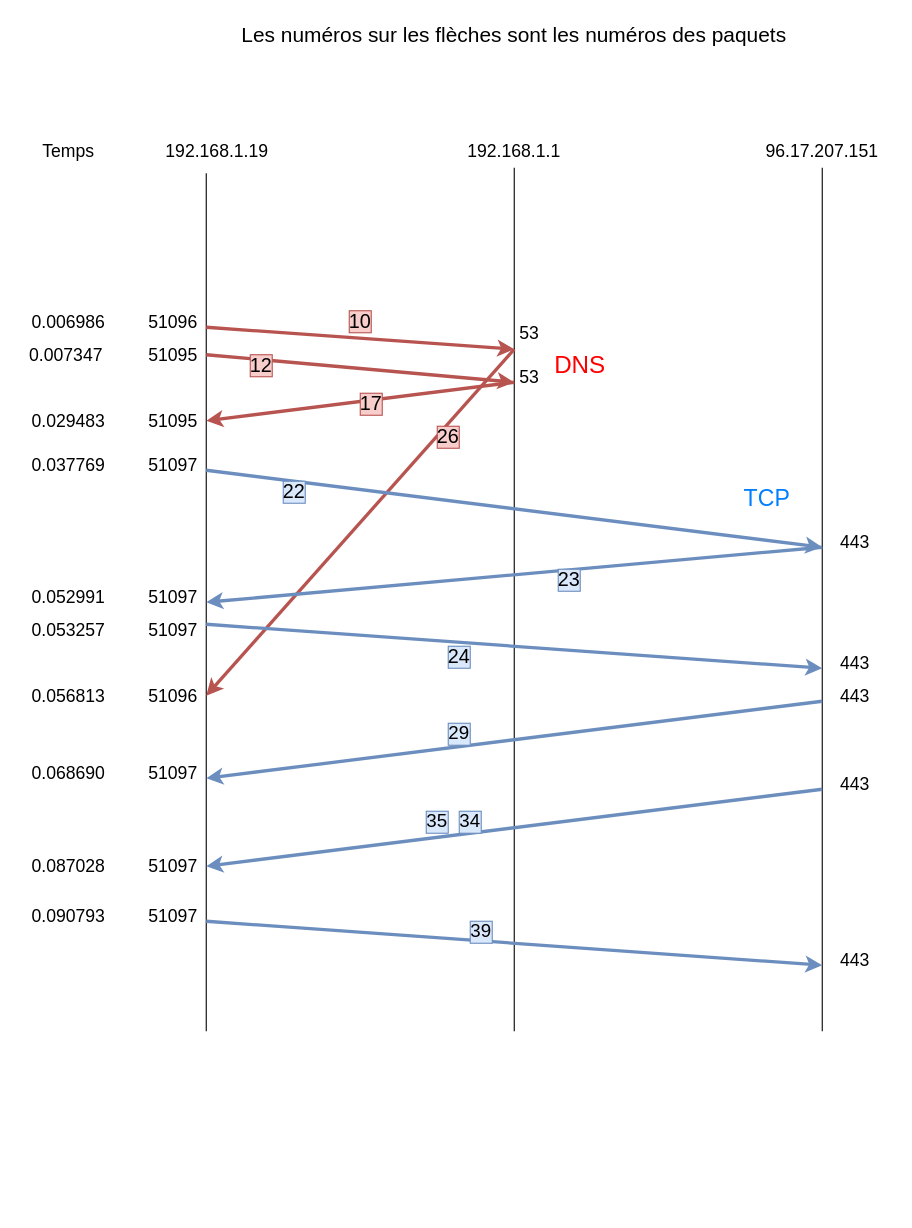
Earlier version of the draw.io diagram Diagramme res final.drawio (zensakkour/ICPC_1). Source tidied: cells renumbered, new cells numbered last; positions are measured from the earlier drawing's top-left corner, leaving out a move shared by most shapes. Both pictures are drawn from the tidied source at 110%, with x=0, y=0 at pixel (19, 19).
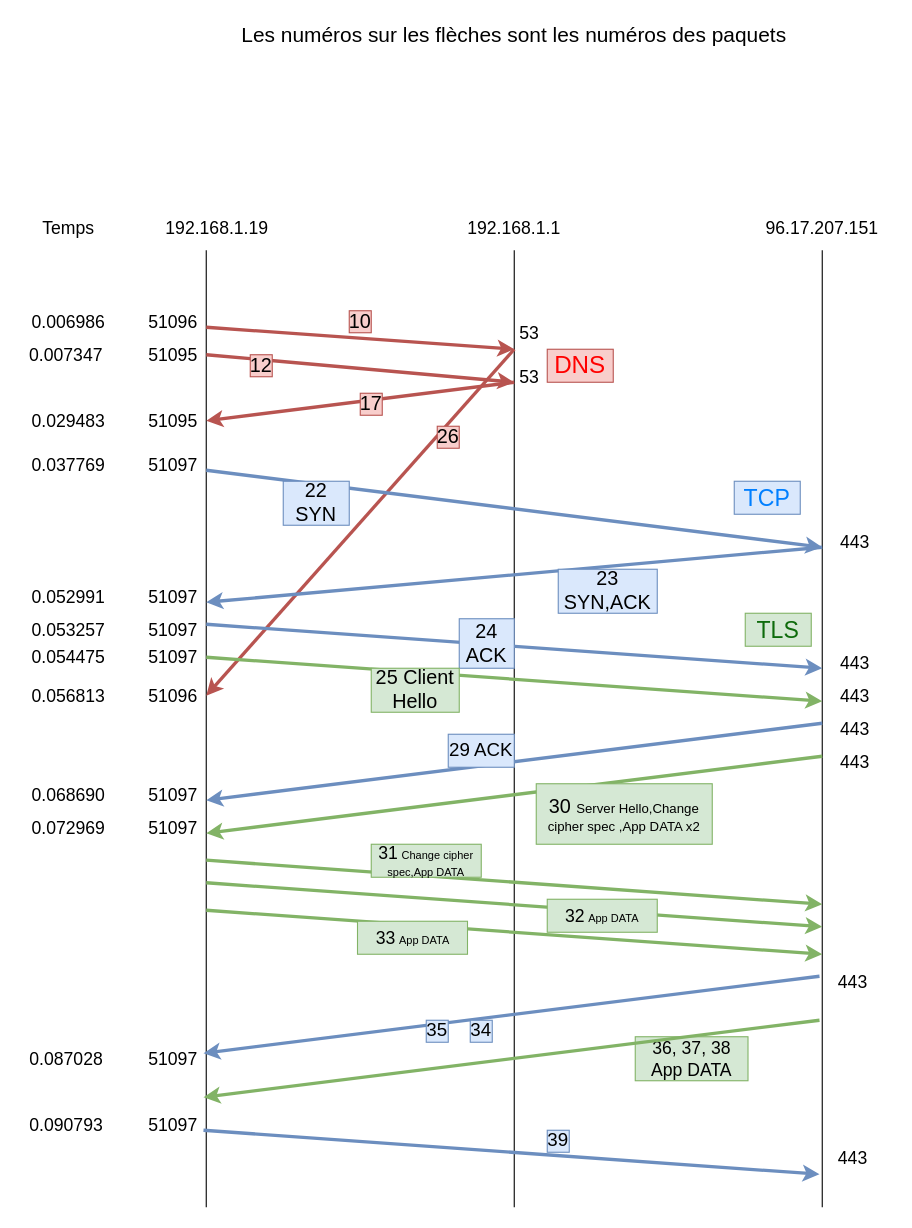
After the change.

Commit message:
Mettre à jour Diagramme res final.drawio

Diff of the diagram source:
```diff
@@
     <mxCell id="2" style="endArrow=none;html=1;rounded=0;" parent="1" edge="1">
       <mxGeometry relative="1" as="geometry">
-        <mxPoint x="170" y="920" as="sourcePoint" />
-        <mxPoint x="170" y="140" as="targetPoint" />
+        <mxPoint x="170" y="1080" as="sourcePoint" />
+        <mxPoint x="170" y="210" as="targetPoint" />
       </mxGeometry>
     </mxCell>
-    <mxCell id="3" style="endArrow=none;html=1;rounded=0;entryX=0.5;entryY=1;entryDx=0;entryDy=0;" parent="1" edge="1" target="7">
+    <mxCell id="3" style="endArrow=none;html=1;rounded=0;" parent="1" edge="1">
       <mxGeometry relative="1" as="geometry">
-        <mxPoint x="450" y="920" as="sourcePoint" />
+        <mxPoint x="450" y="1080" as="sourcePoint" />
+        <mxPoint x="450" y="210" as="targetPoint" />
       </mxGeometry>
     </mxCell>
-    <mxCell id="4" style="endArrow=none;html=1;rounded=0;entryX=0.5;entryY=1;entryDx=0;entryDy=0;" parent="1" edge="1" target="8">
+    <mxCell id="4" style="endArrow=none;html=1;rounded=0;" parent="1" edge="1">
       <mxGeometry relative="1" as="geometry">
-        <mxPoint x="730" y="920" as="sourcePoint" />
+        <mxPoint x="730" y="1080" as="sourcePoint" />
+        <mxPoint x="730" y="210" as="targetPoint" />
       </mxGeometry>
     </mxCell>
     <mxCell id="5" value="&lt;font style=&quot;font-size: 16px;&quot;&gt;Temps&lt;/font&gt;" style="text;strokeColor=none;align=center;fillColor=none;html=1;verticalAlign=middle;whiteSpace=wrap;rounded=0;strokeWidth=3;" parent="1" vertex="1">
-      <mxGeometry y="95" width="90" height="50" as="geometry" />
+      <mxGeometry y="165" width="90" height="50" as="geometry" />
     </mxCell>
     <mxCell id="6" value="&lt;font style=&quot;font-size: 16px;&quot;&gt;192.168.1.19&lt;/font&gt;" style="text;strokeColor=none;align=center;fillColor=none;html=1;verticalAlign=middle;whiteSpace=wrap;rounded=0;" parent="1" vertex="1">
-      <mxGeometry x="150" y="110" width="60" height="20" as="geometry" />
+      <mxGeometry x="150" y="180" width="60" height="20" as="geometry" />
     </mxCell>
     <mxCell id="7" value="&lt;font style=&quot;font-size: 16px;&quot;&gt;192.168.1.1&lt;/font&gt;" style="text;strokeColor=none;align=center;fillColor=none;html=1;verticalAlign=middle;whiteSpace=wrap;rounded=0;" parent="1" vertex="1">
-      <mxGeometry x="420" y="105" width="60" height="30" as="geometry" />
+      <mxGeometry x="420" y="175" width="60" height="30" as="geometry" />
     </mxCell>
     <mxCell id="8" value="&lt;font style=&quot;font-size: 16px;&quot;&gt;96.17.207.151&lt;/font&gt;" style="text;strokeColor=none;align=center;fillColor=none;html=1;verticalAlign=middle;whiteSpace=wrap;rounded=0;" parent="1" vertex="1">
-      <mxGeometry x="700" y="105" width="60" height="30" as="geometry" />
+      <mxGeometry x="700" y="175" width="60" height="30" as="geometry" />
     </mxCell>
@@
-    <mxCell id="34" value="&lt;font color=&quot;#ff0000&quot; style=&quot;font-size: 22px;&quot;&gt;DNS&lt;/font&gt;" style="text;strokeColor=none;align=center;fillColor=none;html=1;verticalAlign=middle;whiteSpace=wrap;rounded=0;" parent="1" vertex="1">
+    <mxCell id="34" value="&lt;font color=&quot;#ff0000&quot; style=&quot;font-size: 22px;&quot;&gt;DNS&lt;/font&gt;" style="text;strokeColor=#b85450;align=center;fillColor=#f8cecc;html=1;verticalAlign=middle;whiteSpace=wrap;rounded=0;" parent="1" vertex="1">
       <mxGeometry x="480" y="300" width="60" height="30" as="geometry" />
     </mxCell>
-    <mxCell id="35" value="&lt;font color=&quot;#007fff&quot; style=&quot;font-size: 21px;&quot;&gt;TCP&lt;/font&gt;" style="text;strokeColor=none;align=center;fillColor=none;html=1;verticalAlign=middle;whiteSpace=wrap;rounded=0;" parent="1" vertex="1">
+    <mxCell id="35" value="&lt;font color=&quot;#007fff&quot; style=&quot;font-size: 21px;&quot;&gt;TCP&lt;/font&gt;" style="text;strokeColor=#6c8ebf;align=center;fillColor=#dae8fc;html=1;verticalAlign=middle;whiteSpace=wrap;rounded=0;" parent="1" vertex="1">
       <mxGeometry x="650" y="420" width="60" height="30" as="geometry" />
     </mxCell>
@@
-    <mxCell id="40" value="&lt;font style=&quot;font-size: 18px;&quot;&gt;22&lt;/font&gt;" style="text;strokeColor=#6c8ebf;align=center;fillColor=#dae8fc;html=1;verticalAlign=middle;whiteSpace=wrap;rounded=0;" parent="1" vertex="1">
-      <mxGeometry x="240" y="420" width="20" height="20" as="geometry" />
+    <mxCell id="40" value="&lt;font style=&quot;font-size: 18px;&quot;&gt;22 SYN&lt;/font&gt;" style="text;strokeColor=#6c8ebf;align=center;fillColor=#dae8fc;html=1;verticalAlign=middle;whiteSpace=wrap;rounded=0;" parent="1" vertex="1">
+      <mxGeometry x="240" y="420" width="60" height="40" as="geometry" />
     </mxCell>
-    <mxCell id="41" value="&lt;font style=&quot;font-size: 18px;&quot;&gt;23&lt;/font&gt;" style="text;strokeColor=#6c8ebf;align=center;fillColor=#dae8fc;html=1;verticalAlign=middle;whiteSpace=wrap;rounded=0;" parent="1" vertex="1">
-      <mxGeometry x="490" y="500" width="20" height="20" as="geometry" />
+    <mxCell id="41" value="&lt;font style=&quot;font-size: 18px;&quot;&gt;23 SYN,ACK&lt;/font&gt;" style="text;strokeColor=#6c8ebf;align=center;fillColor=#dae8fc;html=1;verticalAlign=middle;whiteSpace=wrap;rounded=0;" parent="1" vertex="1">
+      <mxGeometry x="490" y="500" width="90" height="40" as="geometry" />
     </mxCell>
-    <mxCell id="42" value="&lt;font style=&quot;font-size: 18px;&quot;&gt;24&lt;/font&gt;" style="text;strokeColor=#6c8ebf;align=center;fillColor=#dae8fc;html=1;verticalAlign=middle;whiteSpace=wrap;rounded=0;" parent="1" vertex="1">
-      <mxGeometry x="390" y="570" width="20" height="20" as="geometry" />
+    <mxCell id="42" value="&lt;font style=&quot;font-size: 18px;&quot;&gt;24 ACK&lt;/font&gt;" style="text;strokeColor=#6c8ebf;align=center;fillColor=#dae8fc;html=1;verticalAlign=middle;whiteSpace=wrap;rounded=0;" parent="1" vertex="1">
+      <mxGeometry x="400" y="545" width="50" height="45" as="geometry" />
     </mxCell>
@@
     <mxCell id="44" style="endArrow=classic;html=1;rounded=0;fillColor=#dae8fc;strokeColor=#6c8ebf;strokeWidth=3;" parent="1" edge="1">
       <mxGeometry relative="1" as="geometry">
-        <mxPoint x="730" y="620" as="sourcePoint" />
-        <mxPoint x="170" y="690" as="targetPoint" />
+        <mxPoint x="730" y="640" as="sourcePoint" />
+        <mxPoint x="170" y="710" as="targetPoint" />
       </mxGeometry>
     </mxCell>
     <mxCell id="45" value="&lt;font style=&quot;font-size: 16px;&quot;&gt;0.068690&lt;/font&gt;" style="text;strokeColor=none;align=center;fillColor=none;html=1;verticalAlign=middle;whiteSpace=wrap;rounded=0;" parent="1" vertex="1">
-      <mxGeometry x="15" y="670" width="60" height="30" as="geometry" />
+      <mxGeometry x="15" y="690" width="60" height="30" as="geometry" />
     </mxCell>
     <mxCell id="46" value="&lt;font style=&quot;font-size: 16px;&quot;&gt;443&lt;/font&gt;" style="text;strokeColor=none;align=center;fillColor=none;html=1;verticalAlign=middle;whiteSpace=wrap;rounded=0;" parent="1" vertex="1">
-      <mxGeometry x="730" y="600" width="60" height="30" as="geometry" />
+      <mxGeometry x="730" y="630" width="60" height="30" as="geometry" />
     </mxCell>
     <mxCell id="47" value="&lt;font style=&quot;font-size: 16px;&quot;&gt;51097&lt;/font&gt;" style="text;strokeColor=none;align=center;fillColor=none;html=1;verticalAlign=middle;whiteSpace=wrap;rounded=0;" parent="1" vertex="1">
-      <mxGeometry x="110" y="670" width="60" height="30" as="geometry" />
+      <mxGeometry x="110" y="690" width="60" height="30" as="geometry" />
     </mxCell>
-    <mxCell id="48" value="&lt;font style=&quot;font-size: 17px;&quot;&gt;29&lt;/font&gt;" style="text;strokeColor=#6c8ebf;align=center;fillColor=#dae8fc;html=1;verticalAlign=middle;whiteSpace=wrap;rounded=0;" parent="1" vertex="1">
-      <mxGeometry x="390" y="640" width="20" height="20" as="geometry" />
+    <mxCell id="48" value="&lt;font style=&quot;font-size: 17px;&quot;&gt;29 ACK&lt;/font&gt;" style="text;strokeColor=#6c8ebf;align=center;fillColor=#dae8fc;html=1;verticalAlign=middle;whiteSpace=wrap;rounded=0;" parent="1" vertex="1">
+      <mxGeometry x="390" y="650" width="60" height="30" as="geometry" />
     </mxCell>
     <mxCell id="49" style="endArrow=classic;html=1;rounded=0;fillColor=#dae8fc;strokeColor=#6c8ebf;strokeWidth=3;" parent="1" edge="1">
       <mxGeometry relative="1" as="geometry">
-        <mxPoint x="730" y="700" as="sourcePoint" />
-        <mxPoint x="170" y="770" as="targetPoint" />
+        <mxPoint x="727.5" y="870" as="sourcePoint" />
+        <mxPoint x="167.5" y="940" as="targetPoint" />
       </mxGeometry>
     </mxCell>
     <mxCell id="50" value="&lt;font style=&quot;font-size: 16px;&quot;&gt;443&lt;/font&gt;" style="text;strokeColor=none;align=center;fillColor=none;html=1;verticalAlign=middle;whiteSpace=wrap;rounded=0;" parent="1" vertex="1">
-      <mxGeometry x="730" y="680" width="60" height="30" as="geometry" />
+      <mxGeometry x="727.5" y="860" width="60" height="30" as="geometry" />
     </mxCell>
     <mxCell id="51" value="&lt;font style=&quot;font-size: 16px;&quot;&gt;51097&lt;/font&gt;" style="text;strokeColor=none;align=center;fillColor=none;html=1;verticalAlign=middle;whiteSpace=wrap;rounded=0;" parent="1" vertex="1">
-      <mxGeometry x="110" y="755" width="60" height="30" as="geometry" />
+      <mxGeometry x="110" y="930" width="60" height="30" as="geometry" />
     </mxCell>
     <mxCell id="52" value="&lt;font style=&quot;font-size: 17px;&quot;&gt;34&lt;/font&gt;" style="text;strokeColor=#6c8ebf;align=center;fillColor=#dae8fc;html=1;verticalAlign=middle;whiteSpace=wrap;rounded=0;" parent="1" vertex="1">
-      <mxGeometry x="400" y="720" width="20" height="20" as="geometry" />
+      <mxGeometry x="410" y="910" width="20" height="20" as="geometry" />
     </mxCell>
     <mxCell id="53" value="&lt;font style=&quot;font-size: 16px;&quot;&gt;0.087028&lt;/font&gt;" style="text;strokeColor=none;align=center;fillColor=none;html=1;verticalAlign=middle;whiteSpace=wrap;rounded=0;" parent="1" vertex="1">
-      <mxGeometry x="15" y="755" width="60" height="30" as="geometry" />
+      <mxGeometry x="12.5" y="930" width="60" height="30" as="geometry" />
     </mxCell>
     <mxCell id="54" style="endArrow=classic;html=1;rounded=0;fillColor=#dae8fc;strokeColor=#6c8ebf;strokeWidth=3;" parent="1" edge="1">
       <mxGeometry relative="1" as="geometry">
-        <mxPoint x="170" y="820" as="sourcePoint" />
-        <mxPoint x="730" y="860" as="targetPoint" />
+        <mxPoint x="167.5" y="1010" as="sourcePoint" />
+        <mxPoint x="727.5" y="1050" as="targetPoint" />
       </mxGeometry>
     </mxCell>
     <mxCell id="55" value="&lt;font style=&quot;font-size: 16px;&quot;&gt;51097&lt;/font&gt;" style="text;strokeColor=none;align=center;fillColor=none;html=1;verticalAlign=middle;whiteSpace=wrap;rounded=0;" parent="1" vertex="1">
-      <mxGeometry x="110" y="800" width="60" height="30" as="geometry" />
+      <mxGeometry x="110" y="990" width="60" height="30" as="geometry" />
     </mxCell>
     <mxCell id="56" value="&lt;font style=&quot;font-size: 16px;&quot;&gt;443&lt;/font&gt;" style="text;strokeColor=none;align=center;fillColor=none;html=1;verticalAlign=middle;whiteSpace=wrap;rounded=0;" parent="1" vertex="1">
-      <mxGeometry x="730" y="840" width="60" height="30" as="geometry" />
+      <mxGeometry x="727.5" y="1020" width="60" height="30" as="geometry" />
     </mxCell>
     <mxCell id="57" value="&lt;font style=&quot;font-size: 16px;&quot;&gt;0.090793&lt;/font&gt;" style="text;strokeColor=none;align=center;fillColor=none;html=1;verticalAlign=middle;whiteSpace=wrap;rounded=0;" parent="1" vertex="1">
-      <mxGeometry x="15" y="800" width="60" height="30" as="geometry" />
+      <mxGeometry x="12.5" y="990" width="60" height="30" as="geometry" />
     </mxCell>
     <mxCell id="58" value="&lt;font style=&quot;font-size: 17px;&quot;&gt;39&lt;/font&gt;" style="text;strokeColor=#6c8ebf;align=center;fillColor=#dae8fc;html=1;verticalAlign=middle;whiteSpace=wrap;rounded=0;" parent="1" vertex="1">
-      <mxGeometry x="410" y="820" width="20" height="20" as="geometry" />
+      <mxGeometry x="480" y="1010" width="20" height="20" as="geometry" />
     </mxCell>
     <mxCell id="59" value="&lt;font style=&quot;font-size: 17px;&quot;&gt;35&lt;/font&gt;" style="text;strokeColor=#6c8ebf;align=center;fillColor=#dae8fc;html=1;verticalAlign=middle;whiteSpace=wrap;rounded=0;" parent="1" vertex="1">
-      <mxGeometry x="370" y="720" width="20" height="20" as="geometry" />
+      <mxGeometry x="370" y="910" width="20" height="20" as="geometry" />
     </mxCell>
+    <mxCell id="60" style="endArrow=classic;html=1;rounded=0;fillColor=#d5e8d4;strokeColor=#82b366;strokeWidth=3;" parent="1" edge="1">
+      <mxGeometry relative="1" as="geometry">
+        <mxPoint x="170" y="580" as="sourcePoint" />
+        <mxPoint x="730" y="620" as="targetPoint" />
+      </mxGeometry>
+    </mxCell>
+    <mxCell id="61" value="&lt;font color=&quot;#0e6b0b&quot; style=&quot;font-size: 21px;&quot;&gt;TLS&lt;/font&gt;" style="text;strokeColor=#82b366;align=center;fillColor=#d5e8d4;html=1;verticalAlign=middle;whiteSpace=wrap;rounded=0;" parent="1" vertex="1">
+      <mxGeometry x="660" y="540" width="60" height="30" as="geometry" />
+    </mxCell>
+    <mxCell id="62" value="&lt;font style=&quot;font-size: 18px;&quot;&gt;25 Client Hello&lt;/font&gt;" style="text;strokeColor=#82b366;align=center;fillColor=#d5e8d4;html=1;verticalAlign=middle;whiteSpace=wrap;rounded=0;" parent="1" vertex="1">
+      <mxGeometry x="320" y="590" width="80" height="40" as="geometry" />
+    </mxCell>
+    <mxCell id="63" value="&lt;font style=&quot;font-size: 16px;&quot;&gt;0.054475&lt;/font&gt;" style="text;strokeColor=none;align=center;fillColor=none;html=1;verticalAlign=middle;whiteSpace=wrap;rounded=0;" parent="1" vertex="1">
+      <mxGeometry x="15" y="565" width="60" height="30" as="geometry" />
+    </mxCell>
+    <mxCell id="64" value="&lt;font style=&quot;font-size: 16px;&quot;&gt;51097&lt;/font&gt;" style="text;strokeColor=none;align=center;fillColor=none;html=1;verticalAlign=middle;whiteSpace=wrap;rounded=0;" parent="1" vertex="1">
+      <mxGeometry x="110" y="565" width="60" height="30" as="geometry" />
+    </mxCell>
+    <mxCell id="65" value="&lt;font style=&quot;font-size: 16px;&quot;&gt;443&lt;/font&gt;" style="text;strokeColor=none;align=center;fillColor=none;html=1;verticalAlign=middle;whiteSpace=wrap;rounded=0;" parent="1" vertex="1">
+      <mxGeometry x="730" y="600" width="60" height="30" as="geometry" />
+    </mxCell>
+    <mxCell id="66" style="endArrow=classic;html=1;rounded=0;fillColor=#d5e8d4;strokeColor=#82b366;strokeWidth=3;" parent="1" edge="1">
+      <mxGeometry relative="1" as="geometry">
+        <mxPoint x="730" y="670" as="sourcePoint" />
+        <mxPoint x="170" y="740" as="targetPoint" />
+      </mxGeometry>
+    </mxCell>
+    <mxCell id="67" value="&lt;font style=&quot;font-size: 18px;&quot;&gt;30 &lt;/font&gt;&lt;font style=&quot;font-size: 12px;&quot;&gt;Server Hello,Change cipher spec ,App DATA x2&lt;/font&gt;" style="text;strokeColor=#82b366;align=center;fillColor=#d5e8d4;html=1;verticalAlign=middle;whiteSpace=wrap;rounded=0;" parent="1" vertex="1">
+      <mxGeometry x="470" y="695" width="160" height="55" as="geometry" />
+    </mxCell>
+    <mxCell id="68" value="&lt;font style=&quot;font-size: 16px;&quot;&gt;51097&lt;/font&gt;" style="text;strokeColor=none;align=center;fillColor=none;html=1;verticalAlign=middle;whiteSpace=wrap;rounded=0;" parent="1" vertex="1">
+      <mxGeometry x="110" y="720" width="60" height="30" as="geometry" />
+    </mxCell>
+    <mxCell id="69" value="&lt;font style=&quot;font-size: 16px;&quot;&gt;443&lt;/font&gt;" style="text;strokeColor=none;align=center;fillColor=none;html=1;verticalAlign=middle;whiteSpace=wrap;rounded=0;" parent="1" vertex="1">
+      <mxGeometry x="730" y="660" width="60" height="30" as="geometry" />
+    </mxCell>
+    <mxCell id="70" value="&lt;font style=&quot;font-size: 16px;&quot;&gt;0.072969&lt;/font&gt;" style="text;strokeColor=none;align=center;fillColor=none;html=1;verticalAlign=middle;whiteSpace=wrap;rounded=0;" parent="1" vertex="1">
+      <mxGeometry x="15" y="720" width="60" height="30" as="geometry" />
+    </mxCell>
+    <mxCell id="71" style="endArrow=classic;html=1;rounded=0;fillColor=#d5e8d4;strokeColor=#82b366;strokeWidth=3;" parent="1" edge="1">
+      <mxGeometry relative="1" as="geometry">
+        <mxPoint x="170" y="764.5" as="sourcePoint" />
+        <mxPoint x="730" y="804.5" as="targetPoint" />
+      </mxGeometry>
+    </mxCell>
+    <mxCell id="72" style="endArrow=classic;html=1;rounded=0;fillColor=#d5e8d4;strokeColor=#82b366;strokeWidth=3;" parent="1" edge="1">
+      <mxGeometry relative="1" as="geometry">
+        <mxPoint x="170" y="785" as="sourcePoint" />
+        <mxPoint x="730" y="825" as="targetPoint" />
+      </mxGeometry>
+    </mxCell>
+    <mxCell id="73" style="endArrow=classic;html=1;rounded=0;fillColor=#d5e8d4;strokeColor=#82b366;strokeWidth=3;" parent="1" edge="1">
+      <mxGeometry relative="1" as="geometry">
+        <mxPoint x="170" y="810" as="sourcePoint" />
+        <mxPoint x="730" y="850" as="targetPoint" />
+      </mxGeometry>
+    </mxCell>
+    <mxCell id="74" value="&lt;font style=&quot;font-size: 16px;&quot;&gt;31&lt;/font&gt;&lt;font style=&quot;font-size: 12px;&quot;&gt; &lt;/font&gt;&lt;font size=&quot;1&quot; style=&quot;&quot;&gt;Change cipher spec,App DATA&lt;/font&gt;" style="text;strokeColor=#82b366;align=center;fillColor=#d5e8d4;html=1;verticalAlign=middle;whiteSpace=wrap;rounded=0;" parent="1" vertex="1">
+      <mxGeometry x="320" y="750" width="100" height="30" as="geometry" />
+    </mxCell>
+    <mxCell id="75" value="&lt;font style=&quot;font-size: 16px;&quot;&gt;33&lt;/font&gt;&lt;font style=&quot;font-size: 12px;&quot;&gt;&amp;nbsp;&lt;/font&gt;&lt;font size=&quot;1&quot; style=&quot;&quot;&gt;App DATA&lt;/font&gt;" style="text;strokeColor=#82b366;align=center;fillColor=#d5e8d4;html=1;verticalAlign=middle;whiteSpace=wrap;rounded=0;" parent="1" vertex="1">
+      <mxGeometry x="307.5" y="820" width="100" height="30" as="geometry" />
+    </mxCell>
+    <mxCell id="76" value="&lt;font style=&quot;font-size: 16px;&quot;&gt;32&lt;/font&gt;&lt;font style=&quot;font-size: 12px;&quot;&gt;&amp;nbsp;&lt;/font&gt;&lt;font size=&quot;1&quot; style=&quot;&quot;&gt;App DATA&lt;/font&gt;" style="text;strokeColor=#82b366;align=center;fillColor=#d5e8d4;html=1;verticalAlign=middle;whiteSpace=wrap;rounded=0;" parent="1" vertex="1">
+      <mxGeometry x="480" y="800" width="100" height="30" as="geometry" />
+    </mxCell>
+    <mxCell id="77" value="&lt;span style=&quot;font-size: 16px;&quot;&gt;36, 37, 38 App DATA&lt;/span&gt;" style="text;strokeColor=#82b366;align=center;fillColor=#d5e8d4;html=1;verticalAlign=middle;whiteSpace=wrap;rounded=0;" parent="1" vertex="1">
+      <mxGeometry x="560" y="925" width="102.5" height="40" as="geometry" />
+    </mxCell>
+    <mxCell id="78" style="endArrow=classic;html=1;rounded=0;fillColor=#d5e8d4;strokeColor=#82b366;strokeWidth=3;" parent="1" edge="1">
+      <mxGeometry relative="1" as="geometry">
+        <mxPoint x="727.5" y="910" as="sourcePoint" />
+        <mxPoint x="167.5" y="980" as="targetPoint" />
+      </mxGeometry>
+    </mxCell>
```
